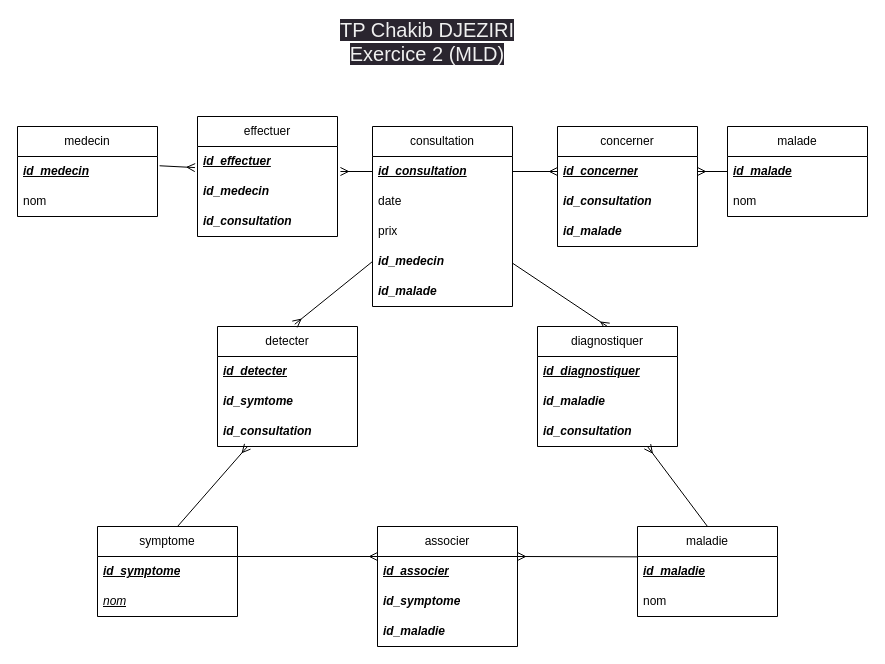
Earlier version of the draw.io diagram Q2-MLD.drawio (chakibdjeziri/tp-mcd-mld-mpd). Source tidied: cells renumbered, new cells numbered last; positions are measured from the earlier drawing's top-left corner, leaving out a move shared by most shapes. Both pictures are drawn from the tidied source at 100%, with x=0, y=0 at pixel (17, 26).
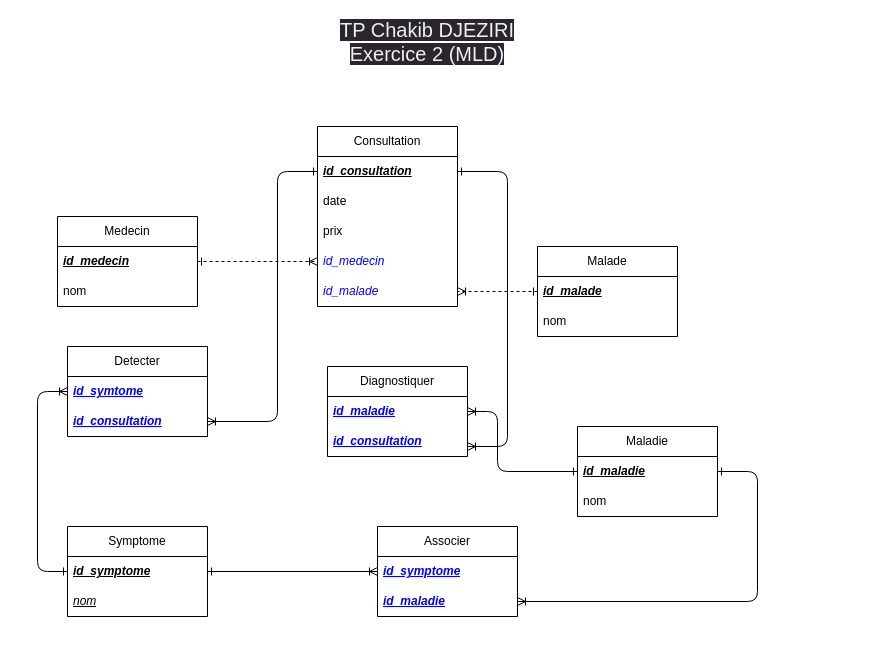
The same page after the edit.

The change refers to these unchanged cells:
```xml
<mxCell id="3" value="&lt;i&gt;&lt;b&gt;&lt;u&gt;id_malade&lt;/u&gt;&lt;/b&gt;&lt;/i&gt;" style="text;strokeColor=none;fillColor=none;align=left;verticalAlign=middle;spacingLeft=4;spacingRight=4;overflow=hidden;points=[[0,0.5],[1,0.5]];portConstraint=eastwest;whiteSpace=wrap;html=1;" parent="2" vertex="1">
  <mxGeometry y="30" width="140" height="30" as="geometry" />
</mxCell>
<mxCell id="7" value="&lt;b&gt;&lt;i&gt;&lt;u&gt;id_consultation&lt;/u&gt;&lt;/i&gt;&lt;/b&gt;" style="text;strokeColor=none;fillColor=none;align=left;verticalAlign=middle;spacingLeft=4;spacingRight=4;overflow=hidden;points=[[0,0.5],[1,0.5]];portConstraint=eastwest;whiteSpace=wrap;html=1;" parent="6" vertex="1">
  <mxGeometry y="30" width="140" height="30" as="geometry" />
</mxCell>
<mxCell id="13" value="&lt;b&gt;&lt;i&gt;&lt;u&gt;id_medecin&lt;/u&gt;&lt;/i&gt;&lt;/b&gt;" style="text;strokeColor=none;fillColor=none;align=left;verticalAlign=middle;spacingLeft=4;spacingRight=4;overflow=hidden;points=[[0,0.5],[1,0.5]];portConstraint=eastwest;whiteSpace=wrap;html=1;" parent="12" vertex="1">
  <mxGeometry y="30" width="140" height="30" as="geometry" />
</mxCell>
<mxCell id="16" value="&lt;i&gt;&lt;u&gt;&lt;b&gt;id_maladie&lt;/b&gt;&lt;/u&gt;&lt;/i&gt;" style="text;strokeColor=none;fillColor=none;align=left;verticalAlign=middle;spacingLeft=4;spacingRight=4;overflow=hidden;points=[[0,0.5],[1,0.5]];portConstraint=eastwest;whiteSpace=wrap;html=1;" parent="15" vertex="1">
  <mxGeometry y="30" width="140" height="30" as="geometry" />
</mxCell>
<mxCell id="19" value="&lt;b&gt;&lt;i&gt;&lt;u&gt;id_symptome&lt;/u&gt;&lt;/i&gt;&lt;/b&gt;" style="text;strokeColor=none;fillColor=none;align=left;verticalAlign=middle;spacingLeft=4;spacingRight=4;overflow=hidden;points=[[0,0.5],[1,0.5]];portConstraint=eastwest;whiteSpace=wrap;html=1;" parent="18" vertex="1">
  <mxGeometry y="30" width="140" height="30" as="geometry" />
</mxCell>
```

What changed in the source:
```diff
@@
-    <mxCell id="2" value="malade" style="swimlane;fontStyle=0;horizontal=1;startSize=30;whiteSpace=wrap;html=1;" parent="1" vertex="1">
-      <mxGeometry x="710" y="100" width="140" height="90" as="geometry" />
+    <mxCell id="2" value="Malade" style="swimlane;fontStyle=0;horizontal=1;startSize=30;whiteSpace=wrap;html=1;" parent="1" vertex="1">
+      <mxGeometry x="520" y="220" width="140" height="90" as="geometry" />
     </mxCell>
@@
-    <mxCell id="5" style="edgeStyle=none;html=1;endArrow=ERmany;endFill=0;entryX=0.5;entryY=0;entryDx=0;entryDy=0;" parent="1" edge="1" source="6" target="25">
-      <mxGeometry relative="1" as="geometry" />
-    </mxCell>
-    <mxCell id="6" value="consultation" style="swimlane;fontStyle=0;horizontal=1;startSize=30;whiteSpace=wrap;html=1;" parent="1" vertex="1">
-      <mxGeometry x="355" y="100" width="140" height="180" as="geometry" />
+    <mxCell id="6" value="Consultation" style="swimlane;fontStyle=0;horizontal=1;startSize=30;whiteSpace=wrap;html=1;" parent="1" vertex="1">
+      <mxGeometry x="300" y="100" width="140" height="180" as="geometry" />
     </mxCell>
@@
-    <mxCell id="10" value="&lt;b&gt;&lt;i&gt;id_medecin&lt;/i&gt;&lt;/b&gt;" style="text;strokeColor=none;fillColor=none;align=left;verticalAlign=middle;spacingLeft=4;spacingRight=4;overflow=hidden;points=[[0,0.5],[1,0.5]];portConstraint=eastwest;whiteSpace=wrap;html=1;" parent="6" vertex="1">
+    <mxCell id="10" value="&lt;i style=&quot;&quot;&gt;&lt;font style=&quot;&quot; color=&quot;#0000ff&quot;&gt;id_medecin&lt;/font&gt;&lt;/i&gt;" style="text;strokeColor=none;fillColor=none;align=left;verticalAlign=middle;spacingLeft=4;spacingRight=4;overflow=hidden;points=[[0,0.5],[1,0.5]];portConstraint=eastwest;whiteSpace=wrap;html=1;" parent="6" vertex="1">
       <mxGeometry y="120" width="140" height="30" as="geometry" />
     </mxCell>
-    <mxCell id="11" value="&lt;b&gt;&lt;i&gt;id_malade&lt;/i&gt;&lt;/b&gt;" style="text;strokeColor=none;fillColor=none;align=left;verticalAlign=middle;spacingLeft=4;spacingRight=4;overflow=hidden;points=[[0,0.5],[1,0.5]];portConstraint=eastwest;whiteSpace=wrap;html=1;" parent="6" vertex="1">
+    <mxCell id="11" value="&lt;i style=&quot;&quot;&gt;&lt;font style=&quot;&quot; color=&quot;#0000ff&quot;&gt;id_malade&lt;/font&gt;&lt;/i&gt;" style="text;strokeColor=none;fillColor=none;align=left;verticalAlign=middle;spacingLeft=4;spacingRight=4;overflow=hidden;points=[[0,0.5],[1,0.5]];portConstraint=eastwest;whiteSpace=wrap;html=1;" parent="6" vertex="1">
       <mxGeometry y="150" width="140" height="30" as="geometry" />
     </mxCell>
-    <mxCell id="12" value="medecin" style="swimlane;fontStyle=0;horizontal=1;startSize=30;whiteSpace=wrap;html=1;" parent="1" vertex="1">
-      <mxGeometry y="100" width="140" height="90" as="geometry" />
+    <mxCell id="12" value="Medecin" style="swimlane;fontStyle=0;horizontal=1;startSize=30;whiteSpace=wrap;html=1;" parent="1" vertex="1">
+      <mxGeometry x="40" y="190" width="140" height="90" as="geometry" />
     </mxCell>
@@
-    <mxCell id="15" value="maladie" style="swimlane;fontStyle=0;horizontal=1;startSize=30;whiteSpace=wrap;html=1;" parent="1" vertex="1">
-      <mxGeometry x="620" y="500" width="140" height="90" as="geometry" />
+    <mxCell id="15" value="Maladie" style="swimlane;fontStyle=0;horizontal=1;startSize=30;whiteSpace=wrap;html=1;" parent="1" vertex="1">
+      <mxGeometry x="560" y="400" width="140" height="90" as="geometry" />
     </mxCell>
@@
-    <mxCell id="18" value="symptome" style="swimlane;fontStyle=0;horizontal=1;startSize=30;whiteSpace=wrap;html=1;" parent="1" vertex="1">
-      <mxGeometry x="80" y="500" width="140" height="90" as="geometry" />
+    <mxCell id="18" value="Symptome" style="swimlane;fontStyle=0;horizontal=1;startSize=30;whiteSpace=wrap;html=1;" parent="1" vertex="1">
+      <mxGeometry x="50" y="500" width="140" height="90" as="geometry" />
     </mxCell>
@@
-    <mxCell id="21" value="detecter" style="swimlane;fontStyle=0;horizontal=1;startSize=30;whiteSpace=wrap;html=1;" parent="1" vertex="1">
-      <mxGeometry x="200" y="300" width="140" height="120" as="geometry" />
+    <mxCell id="21" value="Detecter" style="swimlane;fontStyle=0;horizontal=1;startSize=30;whiteSpace=wrap;html=1;" parent="1" vertex="1">
+      <mxGeometry x="50" y="320" width="140" height="90" as="geometry" />
     </mxCell>
-    <mxCell id="22" value="&lt;b&gt;&lt;i&gt;&lt;u&gt;id_detecter&lt;/u&gt;&lt;/i&gt;&lt;/b&gt;" style="text;strokeColor=none;fillColor=none;align=left;verticalAlign=middle;spacingLeft=4;spacingRight=4;overflow=hidden;whiteSpace=wrap;html=1;" parent="21" vertex="1">
-      <mxGeometry y="30" width="140" height="30" as="geometry" />
-    </mxCell>
-    <mxCell id="23" value="&lt;b&gt;&lt;i&gt;id_symtome&lt;/i&gt;&lt;/b&gt;" style="text;strokeColor=none;fillColor=none;align=left;verticalAlign=middle;spacingLeft=4;spacingRight=4;overflow=hidden;points=[[0,0.5],[1,0.5]];portConstraint=eastwest;whiteSpace=wrap;html=1;" parent="21" vertex="1">
-      <mxGeometry y="60" width="140" height="30" as="geometry" />
+    <mxCell id="23" value="&lt;b&gt;&lt;i&gt;&lt;font color=&quot;#0000ff&quot;&gt;&lt;u&gt;id_symtome&lt;/u&gt;&lt;/font&gt;&lt;/i&gt;&lt;/b&gt;" style="text;strokeColor=none;fillColor=none;align=left;verticalAlign=middle;spacingLeft=4;spacingRight=4;overflow=hidden;points=[[0,0.5],[1,0.5]];portConstraint=eastwest;whiteSpace=wrap;html=1;" parent="21" vertex="1">
+      <mxGeometry y="30" width="140" height="30" as="geometry" />
     </mxCell>
-    <mxCell id="24" value="&lt;b&gt;&lt;i&gt;id_consultation&lt;/i&gt;&lt;/b&gt;" style="text;strokeColor=none;fillColor=none;align=left;verticalAlign=middle;spacingLeft=4;spacingRight=4;overflow=hidden;points=[[0,0.5],[1,0.5]];portConstraint=eastwest;whiteSpace=wrap;html=1;" parent="21" vertex="1">
-      <mxGeometry y="90" width="140" height="30" as="geometry" />
+    <mxCell id="24" value="&lt;b&gt;&lt;i&gt;&lt;font color=&quot;#0000ff&quot;&gt;&lt;u&gt;id_consultation&lt;/u&gt;&lt;/font&gt;&lt;/i&gt;&lt;/b&gt;" style="text;strokeColor=none;fillColor=none;align=left;verticalAlign=middle;spacingLeft=4;spacingRight=4;overflow=hidden;points=[[0,0.5],[1,0.5]];portConstraint=eastwest;whiteSpace=wrap;html=1;" parent="21" vertex="1">
+      <mxGeometry y="60" width="140" height="30" as="geometry" />
     </mxCell>
-    <mxCell id="25" value="diagnostiquer" style="swimlane;fontStyle=0;horizontal=1;startSize=30;whiteSpace=wrap;html=1;" parent="1" vertex="1">
-      <mxGeometry x="520" y="300" width="140" height="120" as="geometry" />
+    <mxCell id="25" value="Diagnostiquer" style="swimlane;fontStyle=0;horizontal=1;startSize=30;whiteSpace=wrap;html=1;" parent="1" vertex="1">
+      <mxGeometry x="310" y="340" width="140" height="90" as="geometry" />
     </mxCell>
-    <mxCell id="26" value="&lt;b&gt;&lt;i&gt;&lt;u&gt;id_diagnostiquer&lt;/u&gt;&lt;/i&gt;&lt;/b&gt;" style="text;strokeColor=none;fillColor=none;align=left;verticalAlign=middle;spacingLeft=4;spacingRight=4;overflow=hidden;whiteSpace=wrap;html=1;" parent="25" vertex="1">
-      <mxGeometry y="30" width="140" height="30" as="geometry" />
-    </mxCell>
-    <mxCell id="27" value="&lt;b&gt;&lt;i&gt;id_maladie&lt;/i&gt;&lt;/b&gt;" style="text;strokeColor=none;fillColor=none;align=left;verticalAlign=middle;spacingLeft=4;spacingRight=4;overflow=hidden;points=[[0,0.5],[1,0.5]];portConstraint=eastwest;whiteSpace=wrap;html=1;" parent="25" vertex="1">
-      <mxGeometry y="60" width="140" height="30" as="geometry" />
+    <mxCell id="27" value="&lt;b&gt;&lt;i&gt;&lt;font style=&quot;&quot; color=&quot;#0000ff&quot;&gt;&lt;u&gt;id_maladie&lt;/u&gt;&lt;/font&gt;&lt;/i&gt;&lt;/b&gt;" style="text;strokeColor=none;fillColor=none;align=left;verticalAlign=middle;spacingLeft=4;spacingRight=4;overflow=hidden;points=[[0,0.5],[1,0.5]];portConstraint=eastwest;whiteSpace=wrap;html=1;" parent="25" vertex="1">
+      <mxGeometry y="30" width="140" height="30" as="geometry" />
     </mxCell>
-    <mxCell id="28" value="&lt;b&gt;&lt;i&gt;id_consultation&lt;/i&gt;&lt;/b&gt;" style="text;strokeColor=none;fillColor=none;align=left;verticalAlign=middle;spacingLeft=4;spacingRight=4;overflow=hidden;whiteSpace=wrap;html=1;" parent="25" vertex="1">
-      <mxGeometry y="90" width="140" height="30" as="geometry" />
+    <mxCell id="28" value="&lt;b&gt;&lt;i&gt;&lt;font style=&quot;&quot; color=&quot;#0000ff&quot;&gt;&lt;u&gt;id_consultation&lt;/u&gt;&lt;/font&gt;&lt;/i&gt;&lt;/b&gt;" style="text;strokeColor=none;fillColor=none;align=left;verticalAlign=middle;spacingLeft=4;spacingRight=4;overflow=hidden;whiteSpace=wrap;html=1;" parent="25" vertex="1">
+      <mxGeometry y="60" width="140" height="30" as="geometry" />
     </mxCell>
-    <mxCell id="29" value="associer" style="swimlane;fontStyle=0;horizontal=1;startSize=30;whiteSpace=wrap;html=1;direction=east;" parent="1" vertex="1">
-      <mxGeometry x="360" y="500" width="140" height="120" as="geometry" />
+    <mxCell id="29" value="Associer" style="swimlane;fontStyle=0;horizontal=1;startSize=30;whiteSpace=wrap;html=1;direction=east;" parent="1" vertex="1">
+      <mxGeometry x="360" y="500" width="140" height="90" as="geometry" />
     </mxCell>
-    <mxCell id="30" value="&lt;b&gt;&lt;i&gt;&lt;u&gt;id_associer&lt;/u&gt;&lt;/i&gt;&lt;/b&gt;" style="text;strokeColor=none;fillColor=none;align=left;verticalAlign=middle;spacingLeft=4;spacingRight=4;overflow=hidden;points=[[0,0.5],[1,0.5]];portConstraint=eastwest;whiteSpace=wrap;html=1;" parent="29" vertex="1">
-      <mxGeometry y="30" width="140" height="30" as="geometry" />
-    </mxCell>
-    <mxCell id="31" value="&lt;b&gt;&lt;i&gt;id_symptome&lt;/i&gt;&lt;/b&gt;" style="text;strokeColor=none;fillColor=none;align=left;verticalAlign=middle;spacingLeft=4;spacingRight=4;overflow=hidden;points=[[0,0.5],[1,0.5]];portConstraint=eastwest;whiteSpace=wrap;html=1;" parent="29" vertex="1">
-      <mxGeometry y="60" width="140" height="30" as="geometry" />
+    <mxCell id="31" value="&lt;b&gt;&lt;i&gt;&lt;font style=&quot;&quot; color=&quot;#0000ff&quot;&gt;&lt;u&gt;id_symptome&lt;/u&gt;&lt;/font&gt;&lt;/i&gt;&lt;/b&gt;" style="text;strokeColor=none;fillColor=none;align=left;verticalAlign=middle;spacingLeft=4;spacingRight=4;overflow=hidden;points=[[0,0.5],[1,0.5]];portConstraint=eastwest;whiteSpace=wrap;html=1;" parent="29" vertex="1">
+      <mxGeometry y="30" width="140" height="30" as="geometry" />
     </mxCell>
-    <mxCell id="32" value="&lt;b&gt;&lt;i&gt;id_maladie&lt;/i&gt;&lt;/b&gt;" style="text;strokeColor=none;fillColor=none;align=left;verticalAlign=middle;spacingLeft=4;spacingRight=4;overflow=hidden;points=[[0,0.5],[1,0.5]];portConstraint=eastwest;whiteSpace=wrap;html=1;" parent="29" vertex="1">
-      <mxGeometry y="90" width="140" height="30" as="geometry" />
+    <mxCell id="32" value="&lt;b&gt;&lt;i&gt;&lt;font color=&quot;#0000ff&quot;&gt;&lt;u&gt;id_maladie&lt;/u&gt;&lt;/font&gt;&lt;/i&gt;&lt;/b&gt;" style="text;strokeColor=none;fillColor=none;align=left;verticalAlign=middle;spacingLeft=4;spacingRight=4;overflow=hidden;points=[[0,0.5],[1,0.5]];portConstraint=eastwest;whiteSpace=wrap;html=1;" parent="29" vertex="1">
+      <mxGeometry y="60" width="140" height="30" as="geometry" />
     </mxCell>
-    <mxCell id="33" style="edgeStyle=none;html=1;endArrow=ERmany;endFill=0;exitX=0;exitY=0.5;exitDx=0;exitDy=0;entryX=0.552;entryY=-0.019;entryDx=0;entryDy=0;entryPerimeter=0;" parent="1" edge="1" source="10" target="21">
-      <mxGeometry relative="1" as="geometry" />
-    </mxCell>
-    <mxCell id="34" style="edgeStyle=none;html=1;endArrow=ERmany;endFill=0;exitX=1;exitY=0;exitDx=0;exitDy=0;exitPerimeter=0;" parent="1" edge="1">
-      <mxGeometry relative="1" as="geometry">
-        <mxPoint x="220" y="530" as="sourcePoint" />
-        <mxPoint x="360" y="530" as="targetPoint" />
-      </mxGeometry>
-    </mxCell>
-    <mxCell id="35" style="edgeStyle=none;html=1;exitX=0.002;exitY=0.011;exitDx=0;exitDy=0;entryX=1;entryY=0;entryDx=0;entryDy=0;endArrow=ERmany;endFill=0;entryPerimeter=0;exitPerimeter=0;" parent="1" edge="1" source="16" target="30">
-      <mxGeometry relative="1" as="geometry" />
+    <mxCell id="35" style="edgeStyle=none;html=1;exitX=1;exitY=0.5;exitDx=0;exitDy=0;entryX=1;entryY=0.5;entryDx=0;entryDy=0;endArrow=ERoneToMany;endFill=0;startArrow=ERone;startFill=0;" parent="1" edge="1" source="16" target="32">
+      <mxGeometry relative="1" as="geometry">
+        <Array as="points">
+          <mxPoint x="740" y="445" />
+          <mxPoint x="740" y="575" />
+        </Array>
+      </mxGeometry>
     </mxCell>
@@
-    <mxCell id="37" style="edgeStyle=none;html=1;endArrow=ERmany;endFill=0;exitX=1;exitY=0.5;exitDx=0;exitDy=0;entryX=0;entryY=0.5;entryDx=0;entryDy=0;" parent="1" edge="1" source="7" target="45">
-      <mxGeometry relative="1" as="geometry" />
-    </mxCell>
-    <mxCell id="38" style="edgeStyle=none;html=1;endArrow=ERmany;endFill=0;exitX=0.25;exitY=0;exitDx=0;exitDy=0;" parent="1" edge="1">
-      <mxGeometry relative="1" as="geometry">
-        <mxPoint x="160" y="500" as="sourcePoint" />
-        <mxPoint x="230" y="420" as="targetPoint" />
-      </mxGeometry>
-    </mxCell>
-    <mxCell id="39" style="edgeStyle=none;html=1;endArrow=ERmany;endFill=0;exitX=0.5;exitY=0;exitDx=0;exitDy=0;" parent="1" edge="1" source="15">
-      <mxGeometry relative="1" as="geometry">
-        <mxPoint x="630" y="420" as="targetPoint" />
-      </mxGeometry>
-    </mxCell>
-    <mxCell id="40" value="effectuer" style="swimlane;fontStyle=0;horizontal=1;startSize=30;whiteSpace=wrap;html=1;" parent="1" vertex="1">
-      <mxGeometry x="180" y="90" width="140" height="120" as="geometry" />
-    </mxCell>
-    <mxCell id="41" value="&lt;b&gt;&lt;i&gt;&lt;u&gt;id_effectuer&lt;/u&gt;&lt;/i&gt;&lt;/b&gt;" style="text;strokeColor=none;fillColor=none;align=left;verticalAlign=middle;spacingLeft=4;spacingRight=4;overflow=hidden;points=[[0,0.5],[1,0.5]];portConstraint=eastwest;whiteSpace=wrap;html=1;" parent="40" vertex="1">
-      <mxGeometry y="30" width="140" height="30" as="geometry" />
-    </mxCell>
-    <mxCell id="42" value="&lt;b&gt;&lt;i&gt;id_medecin&lt;/i&gt;&lt;/b&gt;" style="text;strokeColor=none;fillColor=none;align=left;verticalAlign=middle;spacingLeft=4;spacingRight=4;overflow=hidden;whiteSpace=wrap;html=1;" parent="40" vertex="1">
-      <mxGeometry y="60" width="140" height="30" as="geometry" />
-    </mxCell>
-    <mxCell id="43" value="&lt;b&gt;&lt;i&gt;id_consultation&lt;/i&gt;&lt;/b&gt;" style="text;strokeColor=none;fillColor=none;align=left;verticalAlign=middle;spacingLeft=4;spacingRight=4;overflow=hidden;whiteSpace=wrap;html=1;" parent="40" vertex="1">
-      <mxGeometry y="90" width="140" height="30" as="geometry" />
-    </mxCell>
-    <mxCell id="44" value="concerner" style="swimlane;fontStyle=0;horizontal=1;startSize=30;whiteSpace=wrap;html=1;" parent="1" vertex="1">
-      <mxGeometry x="540" y="100" width="140" height="120" as="geometry" />
-    </mxCell>
-    <mxCell id="45" value="&lt;b&gt;&lt;i&gt;&lt;u&gt;id_concerner&lt;/u&gt;&lt;/i&gt;&lt;/b&gt;" style="text;strokeColor=none;fillColor=none;align=left;verticalAlign=middle;spacingLeft=4;spacingRight=4;overflow=hidden;points=[[0,0.5],[1,0.5]];portConstraint=eastwest;whiteSpace=wrap;html=1;" parent="44" vertex="1">
-      <mxGeometry y="30" width="140" height="30" as="geometry" />
-    </mxCell>
-    <mxCell id="46" value="&lt;b&gt;&lt;i&gt;id_consultation&lt;/i&gt;&lt;/b&gt;" style="text;strokeColor=none;fillColor=none;align=left;verticalAlign=middle;spacingLeft=4;spacingRight=4;overflow=hidden;whiteSpace=wrap;html=1;" parent="44" vertex="1">
-      <mxGeometry y="60" width="140" height="30" as="geometry" />
-    </mxCell>
-    <mxCell id="47" value="&lt;b&gt;&lt;i&gt;id_malade&lt;/i&gt;&lt;/b&gt;" style="text;strokeColor=none;fillColor=none;align=left;verticalAlign=middle;spacingLeft=4;spacingRight=4;overflow=hidden;whiteSpace=wrap;html=1;" parent="44" vertex="1">
-      <mxGeometry y="90" width="140" height="30" as="geometry" />
-    </mxCell>
-    <mxCell id="48" style="edgeStyle=none;html=1;endArrow=ERmany;endFill=0;exitX=0;exitY=0.5;exitDx=0;exitDy=0;entryX=1;entryY=0.5;entryDx=0;entryDy=0;" parent="1" edge="1" source="3" target="45">
-      <mxGeometry relative="1" as="geometry" />
-    </mxCell>
-    <mxCell id="49" style="edgeStyle=none;html=1;endArrow=ERmany;endFill=0;entryX=-0.018;entryY=0.703;entryDx=0;entryDy=0;entryPerimeter=0;exitX=1.015;exitY=0.309;exitDx=0;exitDy=0;exitPerimeter=0;" parent="1" edge="1" source="13" target="41">
-      <mxGeometry relative="1" as="geometry" />
-    </mxCell>
-    <mxCell id="50" style="edgeStyle=none;html=1;entryX=1.021;entryY=0.833;entryDx=0;entryDy=0;entryPerimeter=0;endArrow=ERmany;endFill=0;exitX=0;exitY=0.5;exitDx=0;exitDy=0;" parent="1" edge="1" source="7" target="41">
-      <mxGeometry relative="1" as="geometry" />
-    </mxCell>
+    <mxCell id="51" style="edgeStyle=none;html=1;endArrow=ERoneToMany;endFill=0;entryX=0;entryY=0.5;entryDx=0;entryDy=0;exitX=1;exitY=0.5;exitDx=0;exitDy=0;dashed=1;startArrow=ERone;startFill=0;" parent="1" edge="1" source="13" target="10">
+      <mxGeometry relative="1" as="geometry" />
+    </mxCell>
+    <mxCell id="52" style="edgeStyle=none;html=1;endArrow=ERoneToMany;endFill=0;exitX=0;exitY=0.5;exitDx=0;exitDy=0;entryX=1;entryY=0.5;entryDx=0;entryDy=0;dashed=1;startArrow=ERone;startFill=0;" parent="1" edge="1" source="3" target="11">
+      <mxGeometry relative="1" as="geometry" />
+    </mxCell>
+    <mxCell id="53" style="edgeStyle=none;html=1;endArrow=ERoneToMany;endFill=0;exitX=0;exitY=0.5;exitDx=0;exitDy=0;entryX=0;entryY=0.5;entryDx=0;entryDy=0;startArrow=ERone;startFill=0;" parent="1" edge="1" source="19" target="23">
+      <mxGeometry relative="1" as="geometry">
+        <Array as="points">
+          <mxPoint x="20" y="545" />
+          <mxPoint x="20" y="365" />
+        </Array>
+      </mxGeometry>
+    </mxCell>
+    <mxCell id="54" style="edgeStyle=none;html=1;endArrow=ERoneToMany;endFill=0;entryX=1;entryY=0.5;entryDx=0;entryDy=0;exitX=0;exitY=0.5;exitDx=0;exitDy=0;exitPerimeter=0;startArrow=ERone;startFill=0;" parent="1" edge="1" source="7" target="24">
+      <mxGeometry relative="1" as="geometry">
+        <Array as="points">
+          <mxPoint x="260" y="145" />
+          <mxPoint x="260" y="395" />
+        </Array>
+      </mxGeometry>
+    </mxCell>
+    <mxCell id="55" style="edgeStyle=none;html=1;endArrow=ERoneToMany;endFill=0;exitX=1;exitY=0.5;exitDx=0;exitDy=0;entryX=0;entryY=0.5;entryDx=0;entryDy=0;startArrow=ERone;startFill=0;" parent="1" edge="1" source="19" target="31">
+      <mxGeometry relative="1" as="geometry" />
+    </mxCell>
+    <mxCell id="56" style="edgeStyle=none;html=1;endArrow=ERoneToMany;endFill=0;exitX=0;exitY=0.5;exitDx=0;exitDy=0;entryX=1;entryY=0.5;entryDx=0;entryDy=0;startArrow=ERone;startFill=0;" parent="1" edge="1" source="16" target="27">
+      <mxGeometry relative="1" as="geometry">
+        <Array as="points">
+          <mxPoint x="480" y="445" />
+          <mxPoint x="480" y="385" />
+        </Array>
+      </mxGeometry>
+    </mxCell>
+    <mxCell id="57" style="edgeStyle=none;html=1;endArrow=ERoneToMany;endFill=0;entryX=1;entryY=0.5;entryDx=0;entryDy=0;exitX=1;exitY=0.5;exitDx=0;exitDy=0;startArrow=ERone;startFill=0;" parent="1" edge="1" source="7">
+      <mxGeometry relative="1" as="geometry">
+        <mxPoint x="450" y="420" as="targetPoint" />
+        <Array as="points">
+          <mxPoint x="490" y="145" />
+          <mxPoint x="490" y="420" />
+        </Array>
+      </mxGeometry>
+    </mxCell>
```
